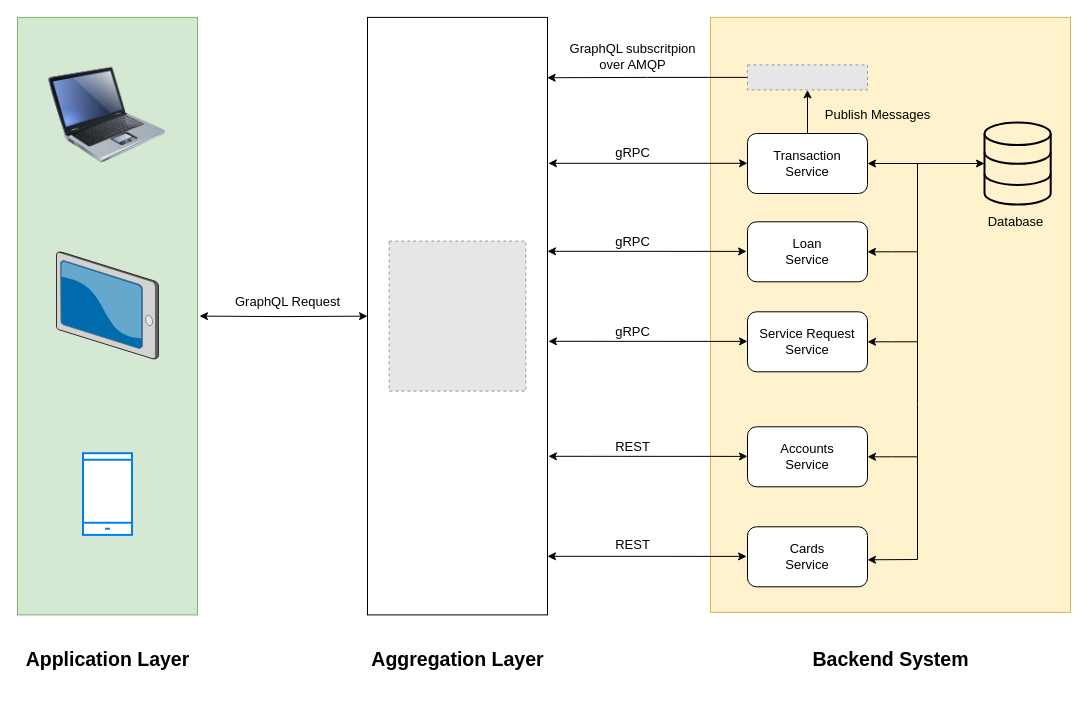
Above: page "Top Architecture" (1 of 10) of graphql-proposal.drawio in xi3161-sregoti/graphq-poc (draw.io), before the change. Source tidied: cells renumbered, new cells numbered last; positions are measured from the earlier drawing's top-left corner, leaving out a move shared by most shapes. Both pictures are drawn from the tidied source at 100%, with x=0, y=0 at pixel (17, 17). Pictures stored in the file or linked from it are replaced by grey dashed boxes.
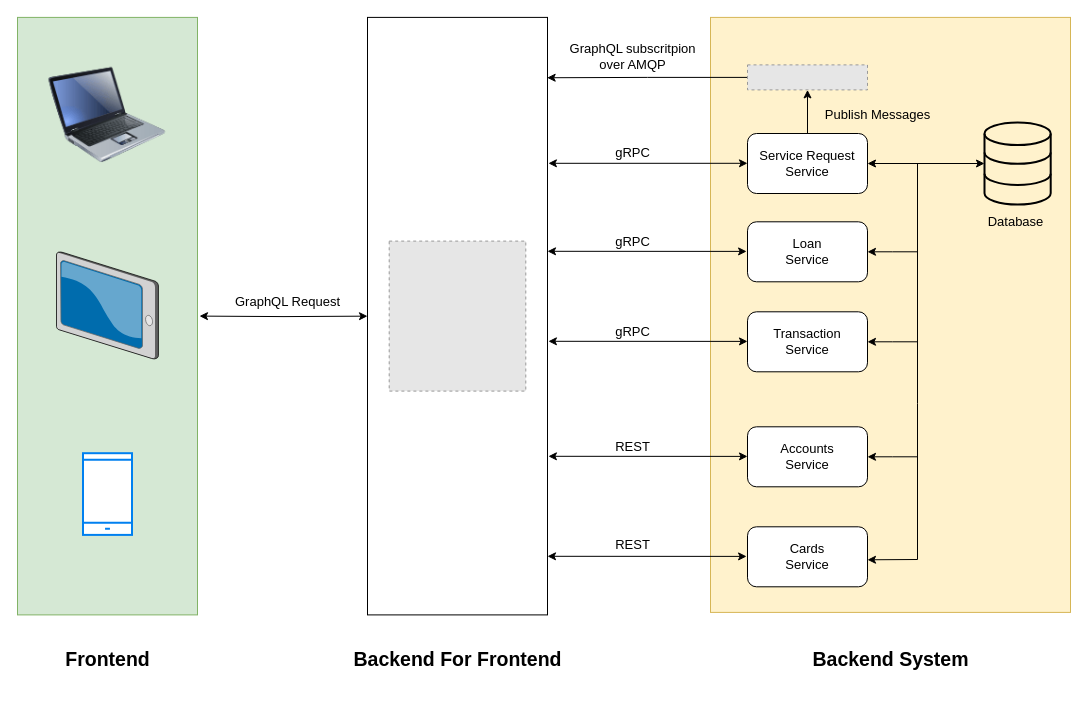
The same diagram, later.

What changed in the source:
```diff
@@
-    <mxCell id="10" value="Transaction&lt;br&gt;Service" style="rounded=1;whiteSpace=wrap;html=1;fontSize=13;strokeWidth=1;" parent="1" vertex="1">
+    <mxCell id="10" value="Service Request&lt;br&gt;Service" style="rounded=1;whiteSpace=wrap;html=1;fontSize=13;strokeWidth=1;" parent="1" vertex="1">
       <mxGeometry x="730" y="116" width="120" height="60" as="geometry" />
     </mxCell>
@@
-    <mxCell id="14" value="Service Request&lt;br&gt;Service" style="rounded=1;whiteSpace=wrap;html=1;fontSize=13;strokeWidth=1;" parent="1" vertex="1">
+    <mxCell id="14" value="Transaction&lt;br&gt;Service" style="rounded=1;whiteSpace=wrap;html=1;fontSize=13;strokeWidth=1;" parent="1" vertex="1">
       <mxGeometry x="730" y="294.3" width="120" height="60" as="geometry" />
     </mxCell>
@@
-    <mxCell id="30" value="&lt;h2&gt;Aggregation Layer&lt;/h2&gt;" style="text;html=1;align=center;verticalAlign=middle;strokeColor=none;fillColor=none;fontSize=13;fontFamily=Helvetica;fontColor=#000000;" parent="1" vertex="1">
-      <mxGeometry x="345" y="617.4" width="190" height="50" as="geometry" />
+    <mxCell id="30" value="&lt;h2&gt;Backend For Frontend&lt;/h2&gt;" style="text;html=1;align=center;verticalAlign=middle;strokeColor=none;fillColor=none;fontSize=13;fontFamily=Helvetica;fontColor=#000000;" parent="1" vertex="1">
+      <mxGeometry x="330" y="617.4" width="220" height="50" as="geometry" />
     </mxCell>
@@
-    <mxCell id="34" value="&lt;h2&gt;Application Layer&lt;/h2&gt;" style="text;html=1;align=center;verticalAlign=middle;strokeColor=none;fillColor=none;fontSize=13;fontFamily=Helvetica;fontColor=#000000;" parent="1" vertex="1">
-      <mxGeometry y="617.4" width="180" height="50" as="geometry" />
+    <mxCell id="34" value="&lt;h2&gt;Frontend&lt;/h2&gt;" style="text;html=1;align=center;verticalAlign=middle;strokeColor=none;fillColor=none;fontSize=13;fontFamily=Helvetica;fontColor=#000000;" parent="1" vertex="1">
+      <mxGeometry x="40" y="617.4" width="100" height="50" as="geometry" />
     </mxCell>
```
